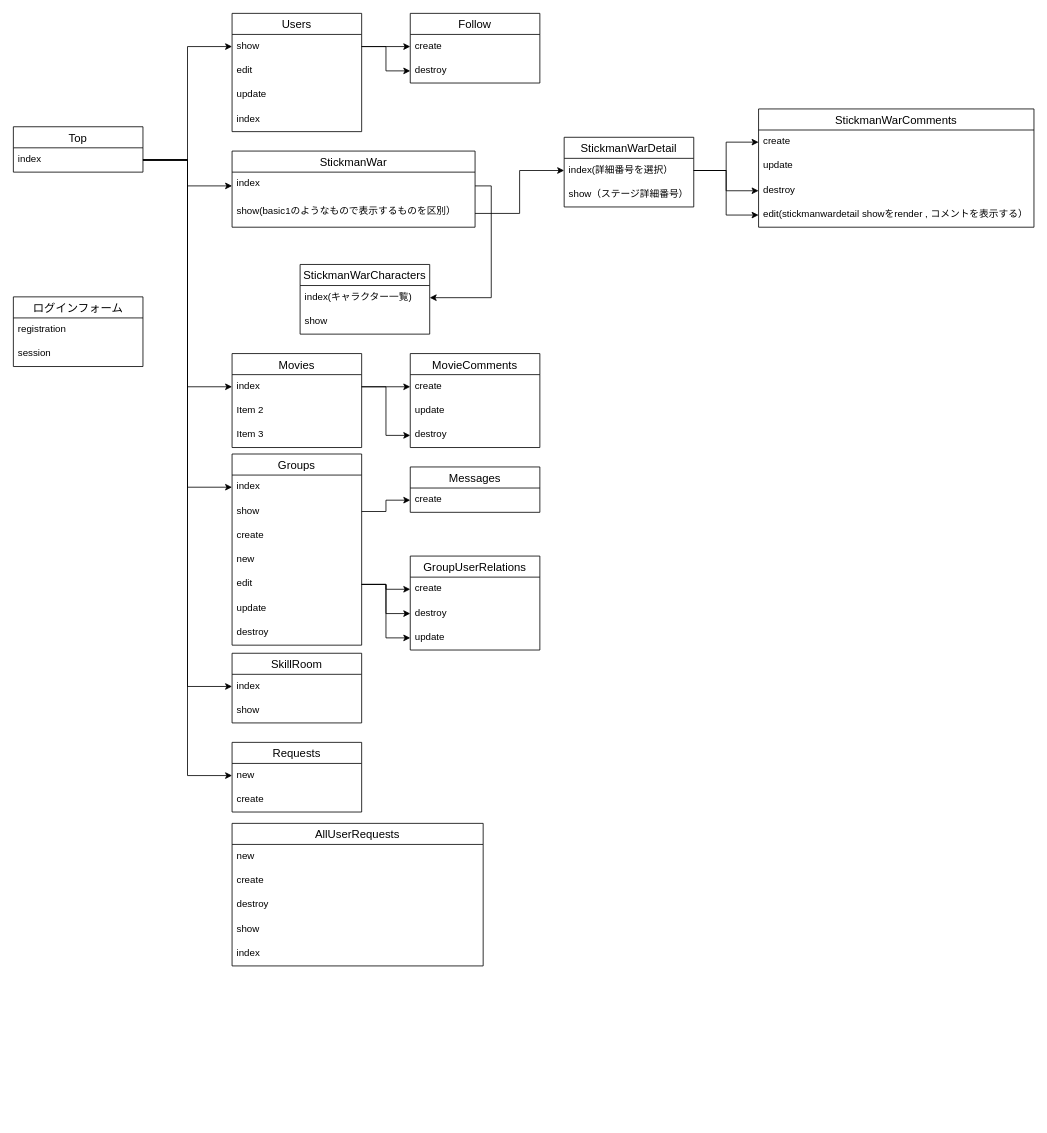
Above: flow.dio in runba3011/runba_home (draw.io), before the change. Source tidied: cells renumbered, new cells numbered last; positions are measured from the earlier drawing's top-left corner, leaving out a move shared by most shapes. Both pictures are drawn from the tidied source at 81%, with x=0, y=0 at pixel (13, 13).
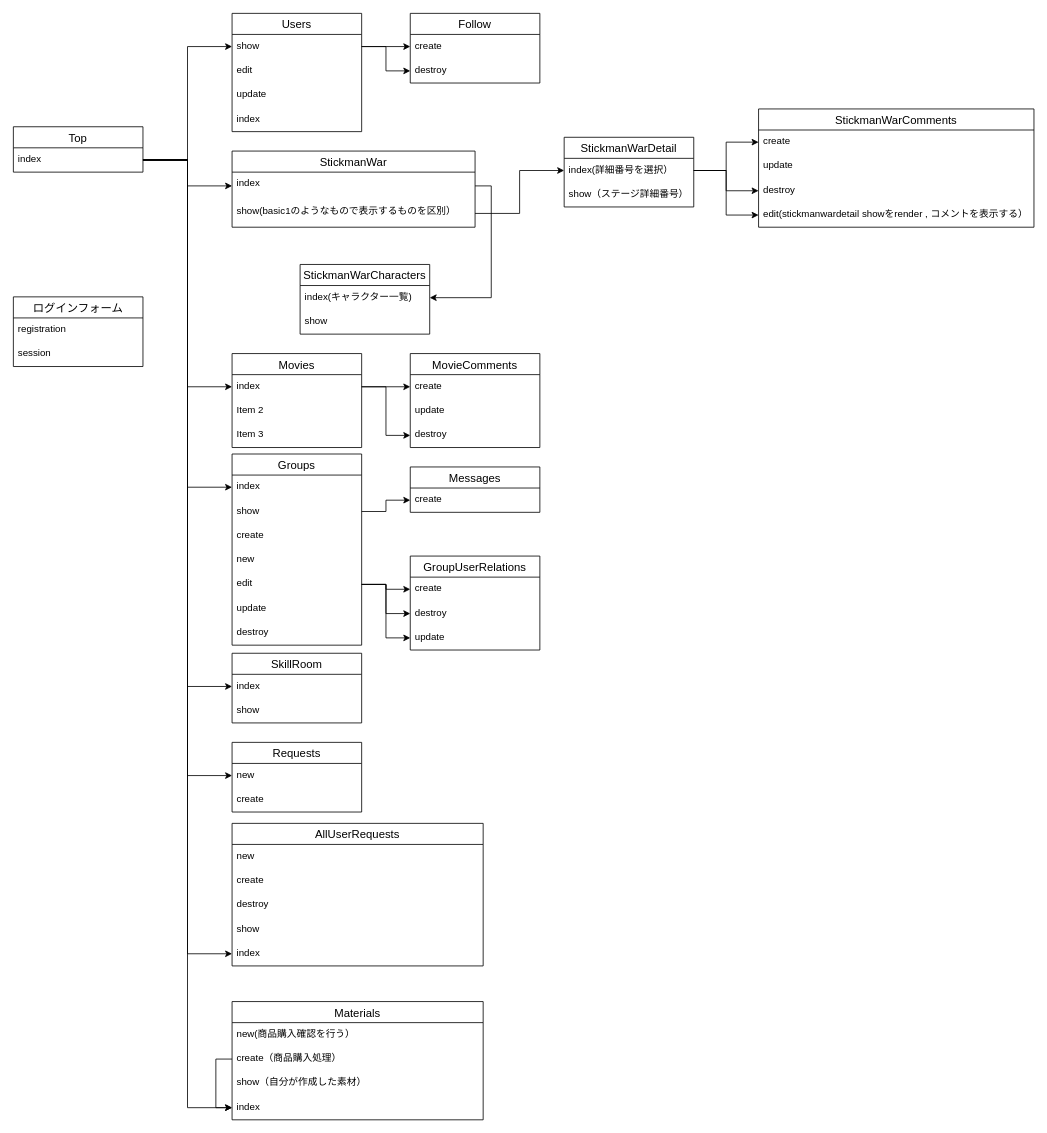
After the change.

Commit message:
フローズへの追記

The change refers to these unchanged cells:
```xml
<mxCell id="3" value="index" style="text;strokeColor=none;fillColor=none;spacingLeft=4;spacingRight=4;overflow=hidden;points=[[0,0.5],[1,0.5]];portConstraint=eastwest;fontSize=12;" parent="2" vertex="1">
  <mxGeometry y="26" width="160" height="30" as="geometry" />
</mxCell>
<mxCell id="81" value="index" style="text;strokeColor=none;fillColor=none;spacingLeft=4;spacingRight=4;overflow=hidden;points=[[0,0.5],[1,0.5]];portConstraint=eastwest;fontSize=12;" parent="76" vertex="1">
  <mxGeometry y="146" width="310" height="30" as="geometry" />
</mxCell>
```

Diff of the diagram source:
```diff
@@
+    <mxCell id="82" style="edgeStyle=orthogonalEdgeStyle;rounded=0;jettySize=auto;html=1;entryX=0;entryY=0.5;entryDx=0;entryDy=0;" parent="1" edge="1" source="3" target="81">
+      <mxGeometry relative="1" as="geometry" />
+    </mxCell>
+    <mxCell id="83" value="Materials" style="swimlane;fontStyle=0;horizontal=1;startSize=26;align=center;fontSize=14;" parent="1" vertex="1">
+      <mxGeometry x="270" y="1220" width="310" height="146" as="geometry" />
+    </mxCell>
+    <mxCell id="84" value="new(商品購入確認を行う）" style="text;strokeColor=none;fillColor=none;spacingLeft=4;spacingRight=4;overflow=hidden;fontSize=12;" parent="83" vertex="1">
+      <mxGeometry y="26" width="310" height="30" as="geometry" />
+    </mxCell>
+    <mxCell id="85" style="edgeStyle=orthogonalEdgeStyle;rounded=0;jettySize=auto;html=1;entryX=0;entryY=0.5;entryDx=0;entryDy=0;" parent="83" edge="1" source="86" target="88">
+      <mxGeometry relative="1" as="geometry" />
+    </mxCell>
+    <mxCell id="86" value="create（商品購入処理）" style="text;strokeColor=none;fillColor=none;spacingLeft=4;spacingRight=4;overflow=hidden;points=[[0,0.5],[1,0.5]];portConstraint=eastwest;fontSize=12;" parent="83" vertex="1">
+      <mxGeometry y="56" width="310" height="30" as="geometry" />
+    </mxCell>
+    <mxCell id="87" value="show（自分が作成した素材）" style="text;strokeColor=none;fillColor=none;spacingLeft=4;spacingRight=4;overflow=hidden;fontSize=12;" parent="83" vertex="1">
+      <mxGeometry y="86" width="310" height="30" as="geometry" />
+    </mxCell>
+    <mxCell id="88" value="index" style="text;strokeColor=none;fillColor=none;spacingLeft=4;spacingRight=4;overflow=hidden;points=[[0,0.5],[1,0.5]];portConstraint=eastwest;fontSize=12;" parent="83" vertex="1">
+      <mxGeometry y="116" width="310" height="30" as="geometry" />
+    </mxCell>
+    <mxCell id="89" style="edgeStyle=orthogonalEdgeStyle;rounded=0;jettySize=auto;html=1;" parent="1" edge="1" source="3" target="88">
+      <mxGeometry relative="1" as="geometry" />
+    </mxCell>
```
